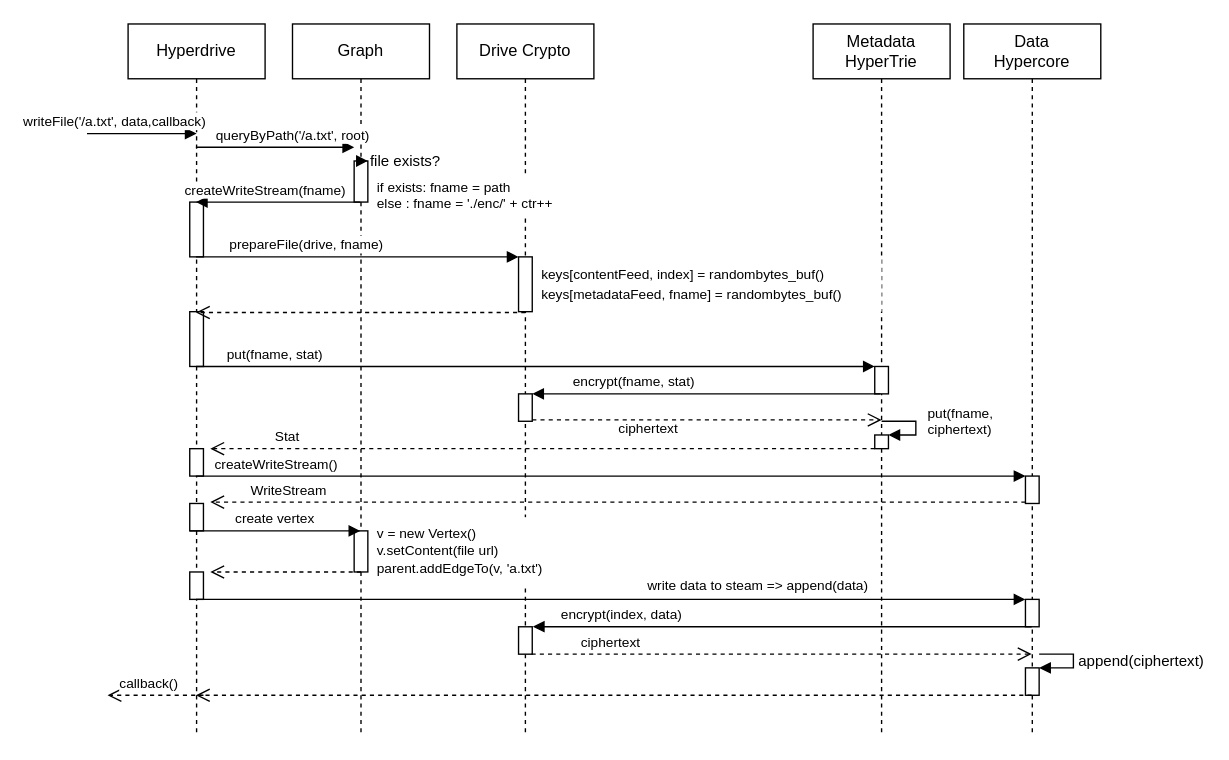
Earlier version of the draw.io diagram docs/architecture-write.drawio (fsteff/certacrypt). Source tidied: cells renumbered, new cells numbered last; positions are measured from the earlier drawing's top-left corner, leaving out a move shared by most shapes. Both pictures are drawn from the tidied source at 137%, with x=0, y=0 at pixel (86, 23).
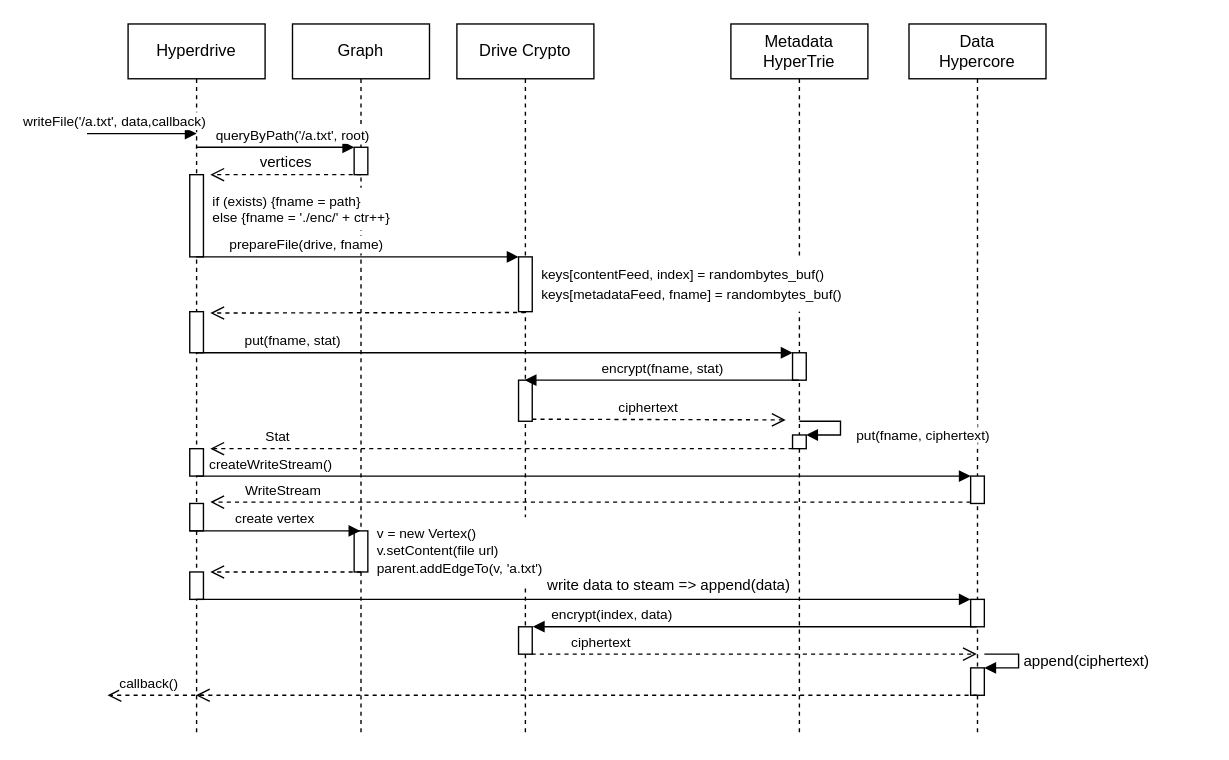
After the change.

Unchanged cells that the change refers to:
```xml
<mxCell id="2" value="Hyperdrive" style="shape=umlLifeline;perimeter=lifelinePerimeter;whiteSpace=wrap;html=1;outlineConnect=0;" parent="1" vertex="1">
  <mxGeometry x="30" width="100" height="520" as="geometry" />
</mxCell>
<mxCell id="10" style="html=1;points=[];perimeter=orthogonalPerimeter;fontSize=10;align=left;" parent="8" vertex="1">
  <mxGeometry x="45" y="300" width="10" height="10" as="geometry" />
</mxCell>
<mxCell id="14" style="html=1;points=[];perimeter=orthogonalPerimeter;fontSize=10;align=left;" parent="12" vertex="1">
  <mxGeometry x="45" y="420" width="10" height="20" as="geometry" />
</mxCell>
<mxCell id="18" value="Graph" style="shape=umlLifeline;perimeter=lifelinePerimeter;whiteSpace=wrap;html=1;outlineConnect=0;" parent="1" vertex="1">
  <mxGeometry x="150" width="100" height="520" as="geometry" />
</mxCell>
<mxCell id="23" value="Drive Crypto" style="shape=umlLifeline;perimeter=lifelinePerimeter;whiteSpace=wrap;html=1;outlineConnect=0;" parent="1" vertex="1">
  <mxGeometry x="270" width="100" height="520" as="geometry" />
</mxCell>
```

What changed in the source:
```diff
@@
-    <mxCell id="5" style="html=1;perimeter=orthogonalPerimeter;fontSize=10;align=left;" parent="2" vertex="1">
-      <mxGeometry x="45" y="130" width="10" height="40" as="geometry" />
-    </mxCell>
     <mxCell id="6" style="html=1;perimeter=orthogonalPerimeter;" parent="2" vertex="1">
-      <mxGeometry x="45" y="210" width="10" height="40" as="geometry" />
+      <mxGeometry x="45" y="210" width="10" height="30" as="geometry" />
     </mxCell>
@@
+    <mxCell id="48" style="html=1;perimeter=orthogonalPerimeter;strokeColor=#000000;fillColor=#ffffff;fontSize=11;" parent="2" vertex="1">
+      <mxGeometry x="45" y="110" width="10" height="60" as="geometry" />
+    </mxCell>
     <mxCell id="8" value="Metadata&lt;br&gt;HyperTrie" style="shape=umlLifeline;perimeter=lifelinePerimeter;whiteSpace=wrap;html=1;outlineConnect=0;" parent="1" vertex="1">
-      <mxGeometry x="530" width="100" height="520" as="geometry" />
+      <mxGeometry x="470" width="100" height="520" as="geometry" />
     </mxCell>
     <mxCell id="9" style="html=1;points=[];perimeter=orthogonalPerimeter;fontSize=10;align=left;" parent="8" vertex="1">
-      <mxGeometry x="45" y="250" width="10" height="20" as="geometry" />
+      <mxGeometry x="45" y="240" width="10" height="20" as="geometry" />
     </mxCell>
@@
-    <mxCell id="11" value="put(fname, &lt;br&gt;ciphertext)" style="edgeStyle=orthogonalEdgeStyle;html=1;align=left;spacingLeft=2;endArrow=block;rounded=0;entryX=1;entryY=0;fontSize=10;" parent="8" edge="1" target="10">
+    <mxCell id="11" style="edgeStyle=orthogonalEdgeStyle;html=1;align=left;spacingLeft=2;endArrow=block;rounded=0;entryX=1;entryY=0;fontSize=10;" parent="8" edge="1" target="10">
       <mxGeometry x="-0.09" y="5" relative="1" as="geometry">
         <mxPoint x="50" y="290" as="sourcePoint" />
         <Array as="points">
-          <mxPoint x="75" y="290" />
-          <mxPoint x="75" y="300" />
+          <mxPoint x="80" y="290" />
+          <mxPoint x="80" y="300" />
         </Array>
       </mxGeometry>
     </mxCell>
     <mxCell id="12" value="Data&lt;br&gt;Hypercore" style="shape=umlLifeline;perimeter=lifelinePerimeter;whiteSpace=wrap;html=1;outlineConnect=0;" parent="1" vertex="1">
-      <mxGeometry x="640" width="100" height="520" as="geometry" />
+      <mxGeometry x="600" width="100" height="520" as="geometry" />
     </mxCell>
@@
-    <mxCell id="20" style="html=1;points=[];perimeter=orthogonalPerimeter;" parent="18" vertex="1">
-      <mxGeometry x="45" y="100" width="10" height="30" as="geometry" />
-    </mxCell>
-    <mxCell id="21" value="file exists?" style="edgeStyle=orthogonalEdgeStyle;html=1;align=left;spacingLeft=2;endArrow=block;rounded=0;entryX=1;entryY=0;" parent="18" edge="1" source="18" target="20">
-      <mxGeometry relative="1" as="geometry">
-        <Array as="points">
-          <mxPoint x="80" y="90" />
-          <mxPoint x="80" y="100" />
-        </Array>
-      </mxGeometry>
-    </mxCell>
-    <mxCell id="22" style="html=1;verticalAlign=bottom;endArrow=open;dashed=1;endSize=8;exitX=0;exitY=0.95;" parent="18" edge="1" target="2">
+    <mxCell id="22" style="html=1;verticalAlign=bottom;endArrow=open;dashed=1;endSize=8;exitX=0;exitY=0.95;" parent="18" edge="1">
       <mxGeometry relative="1" as="geometry">
         <mxPoint x="170" y="210.6" as="sourcePoint" />
+        <mxPoint x="-60" y="211" as="targetPoint" />
       </mxGeometry>
     </mxCell>
+    <mxCell id="49" style="html=1;perimeter=orthogonalPerimeter;strokeColor=#000000;fillColor=#ffffff;fontSize=11;" parent="18" vertex="1">
+      <mxGeometry x="45" y="90" width="10" height="20" as="geometry" />
+    </mxCell>
@@
     <mxCell id="25" style="html=1;points=[];perimeter=orthogonalPerimeter;fontSize=10;align=left;" parent="23" vertex="1">
-      <mxGeometry x="45" y="270" width="10" height="20" as="geometry" />
+      <mxGeometry x="45" y="260" width="10" height="30" as="geometry" />
     </mxCell>
@@
-    <mxCell id="29" value="&lt;div style=&quot;font-size: 10px&quot;&gt;&lt;font style=&quot;font-size: 10px&quot;&gt;if exists: fname = path&lt;/font&gt;&lt;/div&gt;&lt;font style=&quot;font-size: 10px&quot;&gt;&lt;div&gt;else : fname = './enc/' + ctr++&lt;/div&gt;&lt;/font&gt;" style="text;html=1;align=left;verticalAlign=middle;whiteSpace=wrap;rounded=0;fillColor=#ffffff;strokeColor=#FFFFFF;" parent="1" vertex="1">
-      <mxGeometry x="210" y="110" width="160" height="30" as="geometry" />
+    <mxCell id="29" value="&lt;div style=&quot;font-size: 10px&quot;&gt;&lt;font style=&quot;font-size: 10px&quot;&gt;if (exists) {fname = path}&lt;/font&gt;&lt;/div&gt;&lt;font style=&quot;font-size: 10px&quot;&gt;&lt;div&gt;else {fname = './enc/' + ctr++}&lt;/div&gt;&lt;/font&gt;" style="text;html=1;align=left;verticalAlign=middle;whiteSpace=wrap;rounded=0;fillColor=#ffffff;strokeColor=#FFFFFF;" parent="1" vertex="1">
+      <mxGeometry x="90" y="120" width="160" height="30" as="geometry" />
     </mxCell>
     <mxCell id="30" value="&lt;font style=&quot;font-size: 10px&quot;&gt;keys[contentFeed, index] = randombytes_buf()&lt;br&gt;keys[metadataFeed, fname] = randombytes_buf()&lt;/font&gt;" style="text;html=1;strokeColor=none;align=left;verticalAlign=middle;whiteSpace=wrap;rounded=0;fontSize=11;fillColor=#ffffff;" parent="1" vertex="1">
-      <mxGeometry x="330" y="170" width="250" height="40" as="geometry" />
+      <mxGeometry x="330" y="170" width="230" height="40" as="geometry" />
     </mxCell>
-    <mxCell id="31" value="createWriteStream(fname)" style="html=1;verticalAlign=bottom;endArrow=block;fontSize=10;" parent="1" edge="1" source="18" target="2">
-      <mxGeometry x="0.16" relative="1" as="geometry">
-        <Array as="points">
-          <mxPoint x="110" y="130" />
-        </Array>
-      </mxGeometry>
-    </mxCell>
     <mxCell id="32" value="put(fname, stat)" style="html=1;verticalAlign=bottom;endArrow=block;entryX=0;entryY=0;fontSize=10;" parent="1" edge="1" source="2" target="9">
-      <mxGeometry x="-0.77" relative="1" as="geometry" />
+      <mxGeometry x="-0.68" relative="1" as="geometry">
+        <Array as="points">
+          <mxPoint x="300" y="240" />
+        </Array>
+      </mxGeometry>
     </mxCell>
-    <mxCell id="33" value="encrypt(fname, stat)" style="html=1;verticalAlign=bottom;endArrow=block;entryX=1;entryY=0;fontSize=10;" parent="1" edge="1" target="25">
-      <mxGeometry x="0.42" relative="1" as="geometry">
-        <mxPoint x="579" y="270" as="sourcePoint" />
-      </mxGeometry>
+    <mxCell id="33" value="encrypt(fname, stat)" style="html=1;verticalAlign=bottom;endArrow=block;fontSize=10;" parent="1" edge="1" source="8" target="23">
+      <mxGeometry relative="1" as="geometry" />
     </mxCell>
     <mxCell id="34" style="html=1;verticalAlign=bottom;endArrow=open;dashed=1;endSize=8;exitX=1;exitY=0.95;fontSize=10;" parent="1" edge="1" source="25">
       <mxGeometry relative="1" as="geometry">
-        <mxPoint x="580" y="289" as="targetPoint" />
+        <mxPoint x="510" y="289" as="targetPoint" />
       </mxGeometry>
     </mxCell>
@@
     <mxCell id="36" value="ciphertext" style="text;html=1;strokeColor=none;fillColor=none;align=center;verticalAlign=middle;whiteSpace=wrap;rounded=0;fontSize=10;" parent="1" vertex="1">
-      <mxGeometry x="390" y="290" width="40" height="10" as="geometry" />
+      <mxGeometry x="390" y="270" width="40" height="20" as="geometry" />
     </mxCell>
@@
     <mxCell id="40" style="html=1;verticalAlign=bottom;endArrow=block;entryX=0;entryY=0;fontSize=10;" parent="1" edge="1" source="2" target="14">
       <mxGeometry x="0.82" relative="1" as="geometry">
         <Array as="points">
-          <mxPoint x="270" y="420" />
+          <mxPoint x="120" y="420" />
         </Array>
       </mxGeometry>
     </mxCell>
@@
+    <mxCell id="50" value="vertices" style="html=1;verticalAlign=bottom;endArrow=open;dashed=1;endSize=8;fontSize=11;" parent="1" edge="1">
+      <mxGeometry relative="1" as="geometry">
+        <mxPoint x="200" y="110" as="sourcePoint" />
+        <mxPoint x="90" y="110" as="targetPoint" />
+      </mxGeometry>
+    </mxCell>
-    <mxCell id="47" value="write data to steam =&amp;gt; append(data)" style="text;html=1;strokeColor=none;fillColor=none;align=center;verticalAlign=middle;whiteSpace=wrap;rounded=0;fontSize=10;" parent="1" vertex="1">
-      <mxGeometry x="380" y="400" width="220" height="20" as="geometry" />
+    <mxCell id="47" value="&lt;font style=&quot;font-size: 11px&quot;&gt;write data to steam =&amp;gt; append(data)&lt;/font&gt;" style="text;html=1;strokeColor=none;align=center;verticalAlign=middle;whiteSpace=wrap;rounded=0;fontSize=10;" parent="1" vertex="1">
+      <mxGeometry x="330" y="400" width="190" height="20" as="geometry" />
     </mxCell>
+    <mxCell id="51" value="&lt;span style=&quot;font-size: 10px ; background-color: rgb(255 , 255 , 255)&quot;&gt;put(fname,&amp;nbsp;&lt;/span&gt;&lt;span style=&quot;font-size: 10px ; background-color: rgb(255 , 255 , 255)&quot;&gt;ciphertext)&lt;/span&gt;" style="text;html=1;strokeColor=none;align=left;verticalAlign=middle;whiteSpace=wrap;rounded=0;fontSize=11;fillColor=#ffffff;" parent="1" vertex="1">
+      <mxGeometry x="560" y="290" width="90" height="20" as="geometry" />
+    </mxCell>
```
